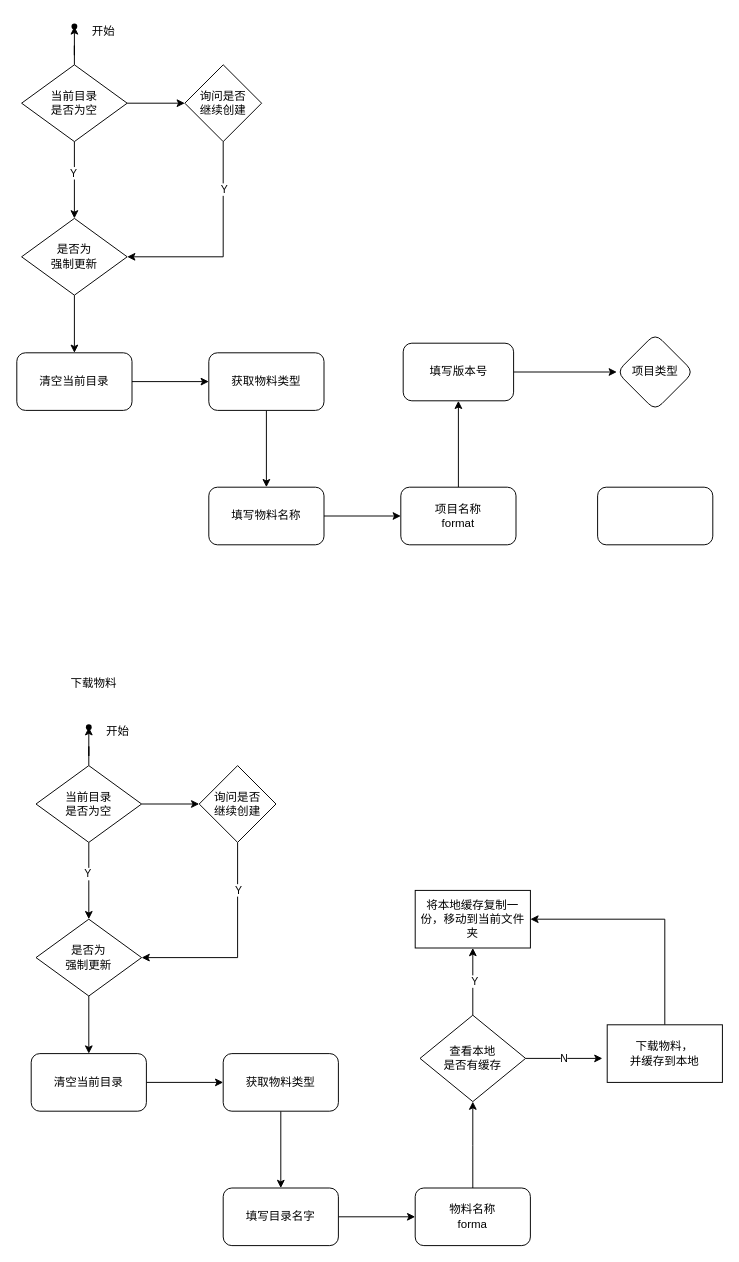
Earlier version of the draw.io diagram devlink.drawio (developerlinks/documents). Source tidied: cells renumbered, new cells numbered last; positions are measured from the earlier drawing's top-left corner, leaving out a move shared by most shapes. Both pictures are drawn from the tidied source at 96%, with x=0, y=0 at pixel (16, 16).
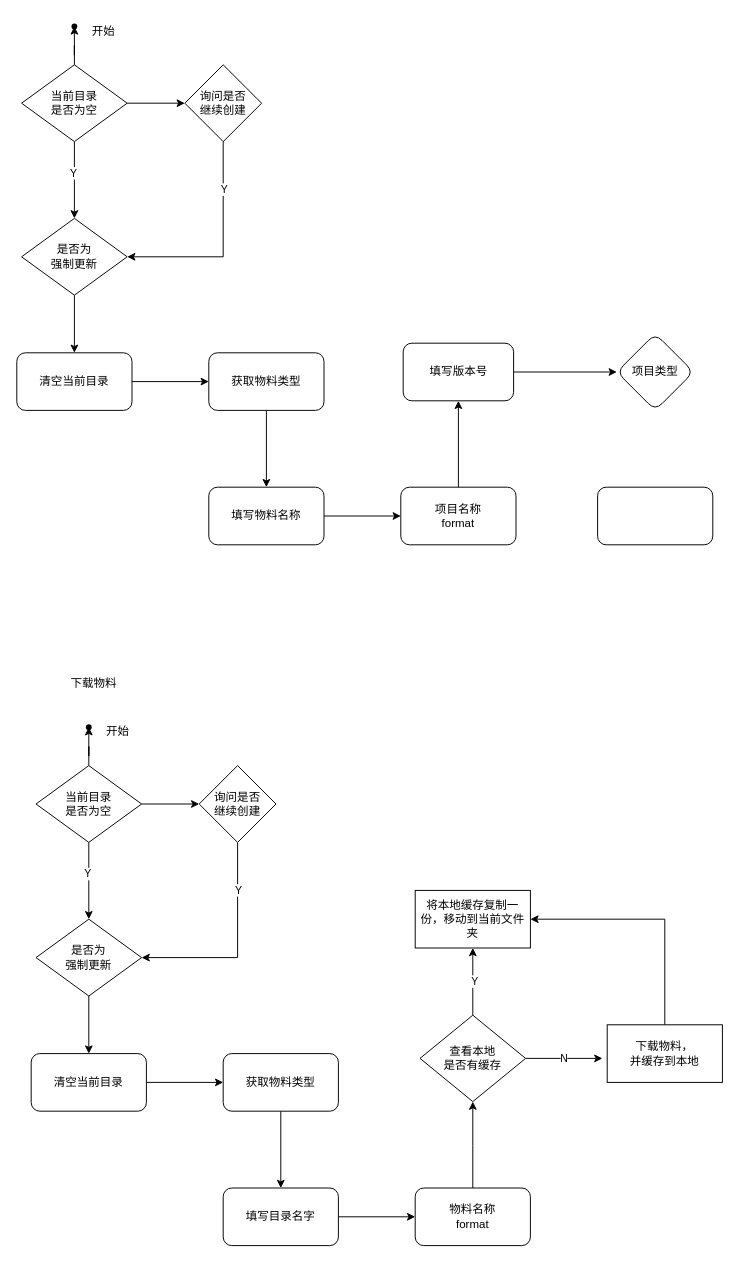
After the change.

Diff of the diagram source:
```diff
@@
-    <mxCell id="45" value="物料名称&lt;br&gt;forma" style="rounded=1;whiteSpace=wrap;html=1;" parent="1" vertex="1">
+    <mxCell id="45" value="物料名称&lt;br&gt;format" style="rounded=1;whiteSpace=wrap;html=1;" parent="1" vertex="1">
       <mxGeometry x="415" y="1220" width="120" height="60" as="geometry" />
     </mxCell>
```
